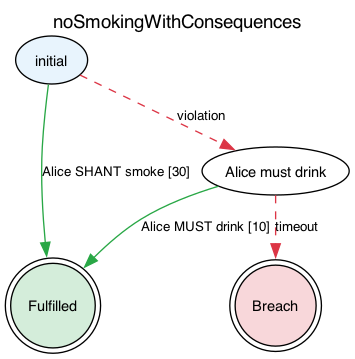
legalese/l4-ide keeps this Graphviz diagram as jl4/examples/state-graphs/noSmokingWithConsequences.png. Above is the earlier version. Its source is kept beside it as jl4/examples/state-graphs/noSmokingWithConsequences.dot.
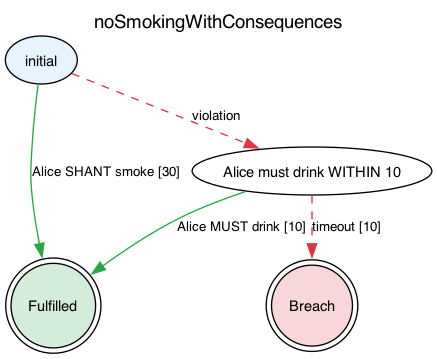
Above is the later version.

Diff of the diagram source:
```diff
@@ -18,7 +18,7 @@
       ,style=filled
       ,shape=doublecircle
       ,fillcolor="#d4edda"];
-    2 [label="Alice must drink"
+    2 [label="Alice must drink WITHIN 10"
       ,fillcolor=white
       ,style=filled
       ,shape=ellipse
@@ -37,7 +37,7 @@
     2 -> 1 [label="Alice MUST drink [10]"
            ,color="#28a745"
            ,style=solid];
-    2 -> 3 [label=timeout
+    2 -> 3 [label="timeout [10]"
            ,color="#dc3545"
            ,style=dashed];
 }
```
